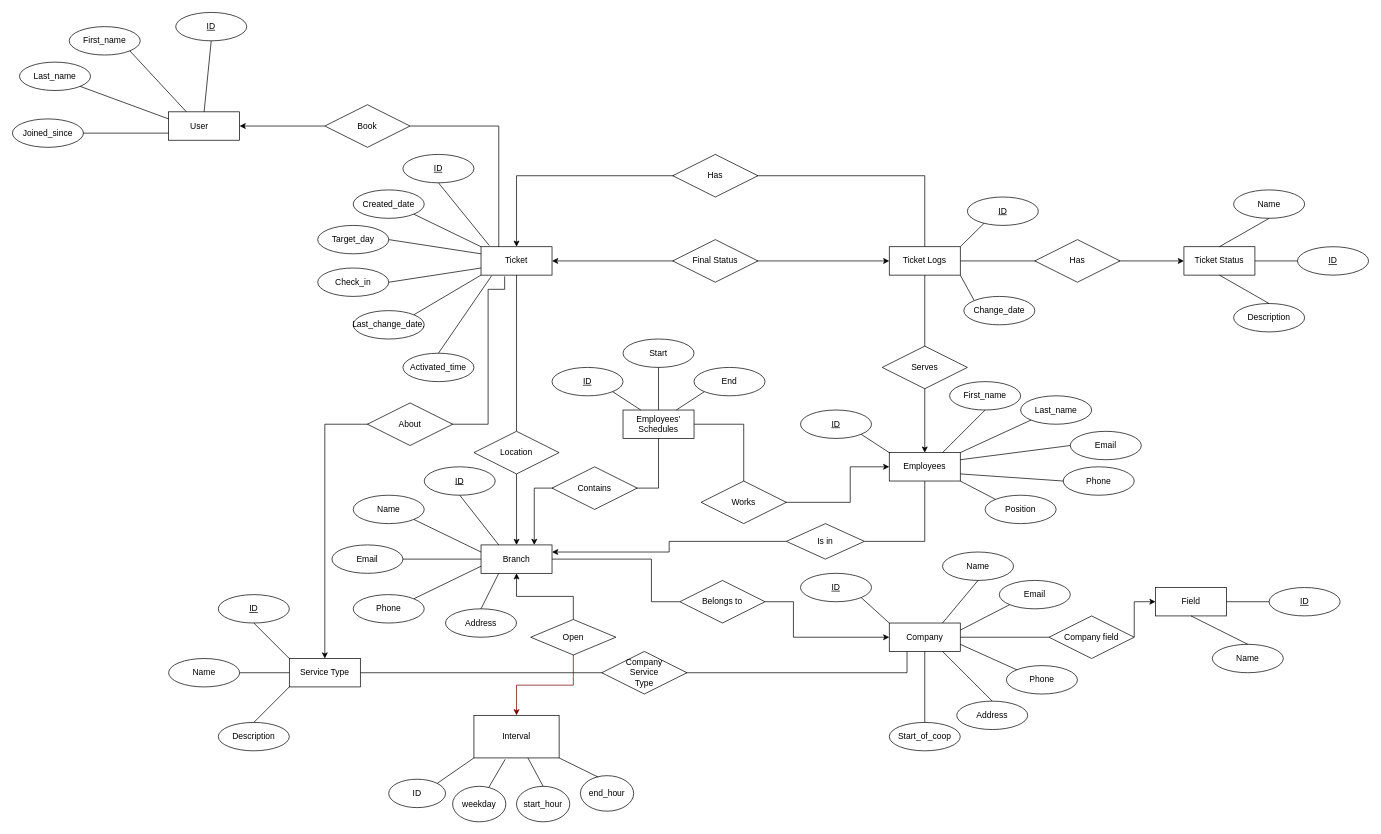
Above: newesy vers.drawio in MovsisyanM/DB-Queues (draw.io), before the change. Source tidied: cells renumbered, new cells numbered last; positions are measured from the earlier drawing's top-left corner, leaving out a move shared by most shapes. Both pictures are drawn from the tidied source at 71%, with x=0, y=0 at pixel (12, 12).
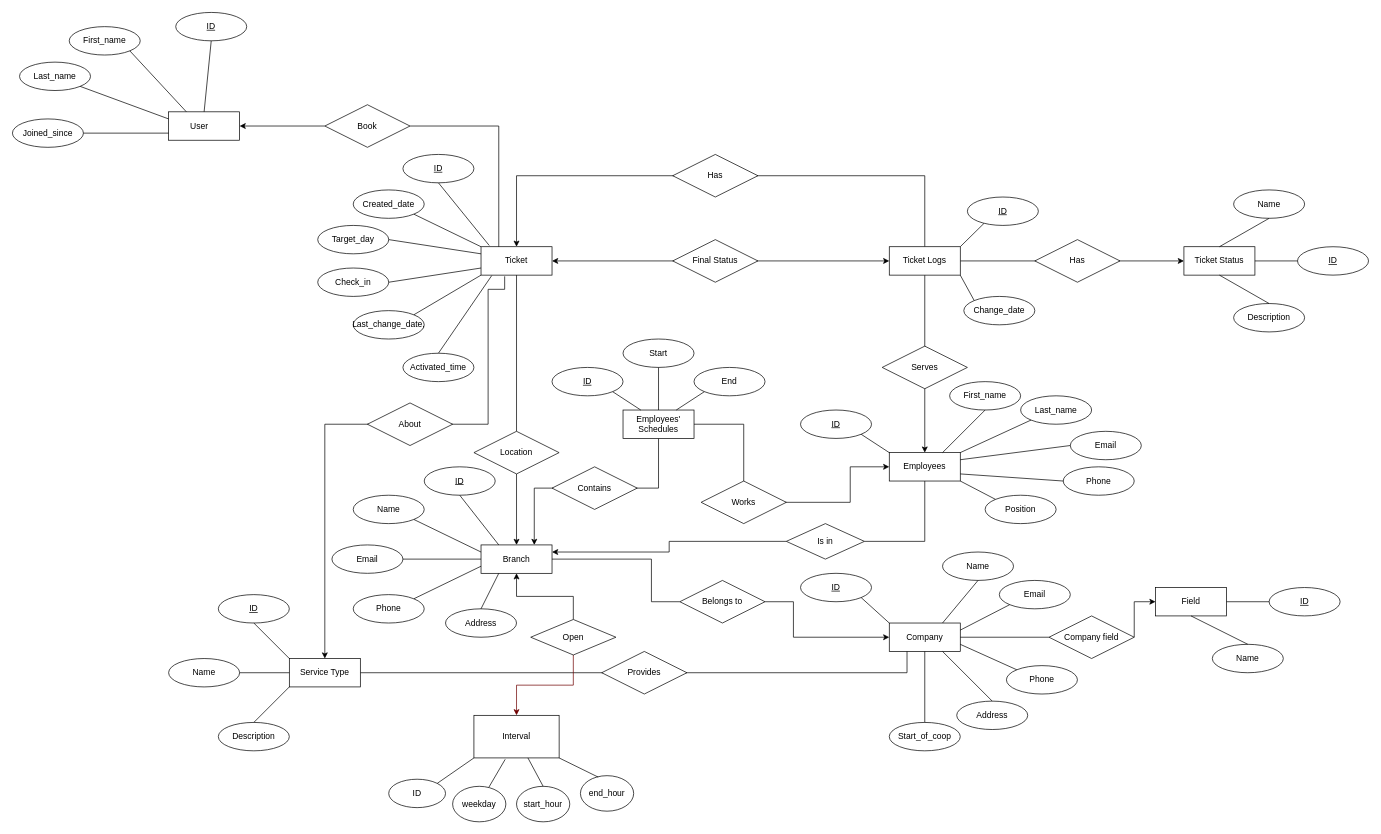
Above is the later version.

Commit message:
Renamed rel. 'Company Service Type' to 'Provides'

Diff of the diagram source:
```diff
@@
-    <mxCell id="28" value="Company&lt;br&gt;&amp;nbsp;Service&amp;nbsp;&lt;br&gt;Type" style="shape=rhombus;perimeter=rhombusPerimeter;whiteSpace=wrap;html=1;align=center;" parent="1" vertex="1">
+    <mxCell id="28" value="Provides" style="shape=rhombus;perimeter=rhombusPerimeter;whiteSpace=wrap;html=1;align=center;" parent="1" vertex="1">
       <mxGeometry x="830" y="900" width="120" height="60" as="geometry" />
     </mxCell>
```
